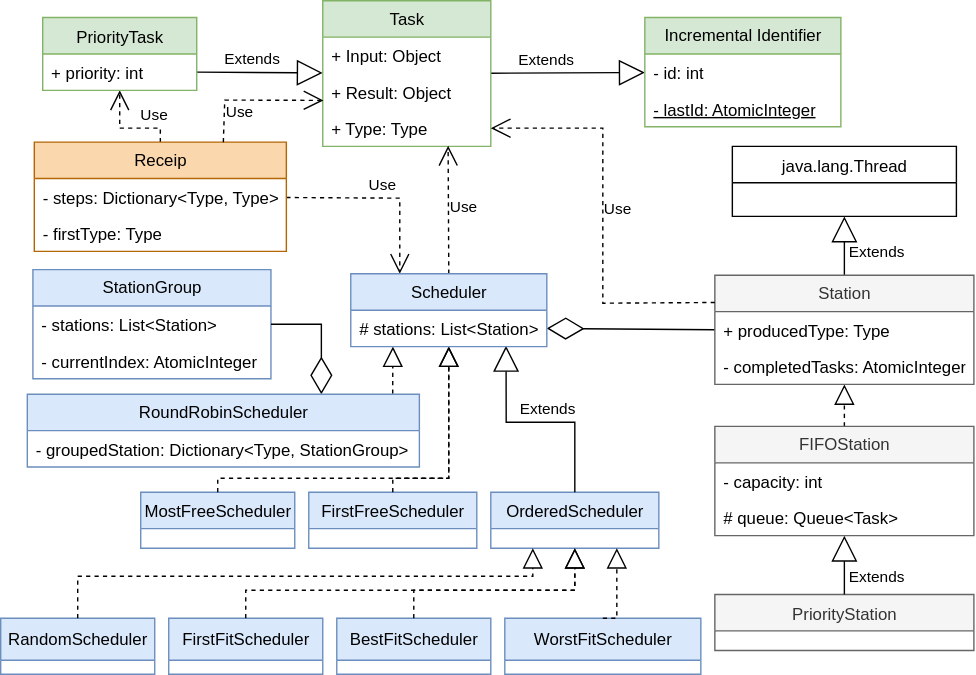
The draw.io diagram assets/class-diagram.svg in Richie314/McDonaldScheduler, before a commit. Source tidied: cells renumbered, new cells last; positions are measured from the earlier drawing's top-left corner, leaving out a move shared by most shapes.
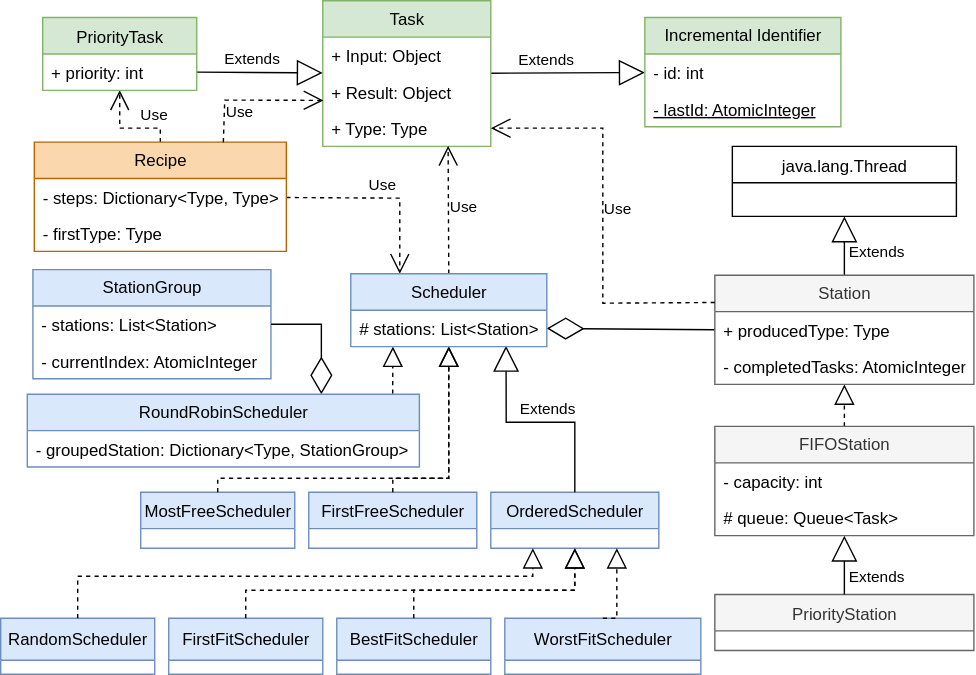
Later version of the same file.

Diff of the diagram source:
```diff
@@ -212,7 +212,7 @@
         </Array>
       </mxGeometry>
     </mxCell>
-    <mxCell id="52" value="&lt;font style=&quot;color: rgb(0, 0, 0);&quot;&gt;Receip&lt;/font&gt;" style="swimlane;fontStyle=0;horizontal=1;startSize=26;fillColor=#fad7ac;whiteSpace=wrap;html=1;strokeColor=#b46504;" parent="1" vertex="1">
+    <mxCell id="52" value="&lt;font style=&quot;color: rgb(0, 0, 0);&quot;&gt;Recipe&lt;/font&gt;" style="swimlane;fontStyle=0;horizontal=1;startSize=26;fillColor=#fad7ac;whiteSpace=wrap;html=1;strokeColor=#b46504;" parent="1" vertex="1">
       <mxGeometry x="24" y="101" width="180" height="78" as="geometry" />
     </mxCell>
     <mxCell id="53" value="- steps: Dictionary&amp;lt;Type, Type&amp;gt;" style="text;strokeColor=none;fillColor=none;align=left;verticalAlign=top;spacingLeft=4;spacingRight=4;overflow=hidden;whiteSpace=wrap;html=1;" parent="52" vertex="1">
```
